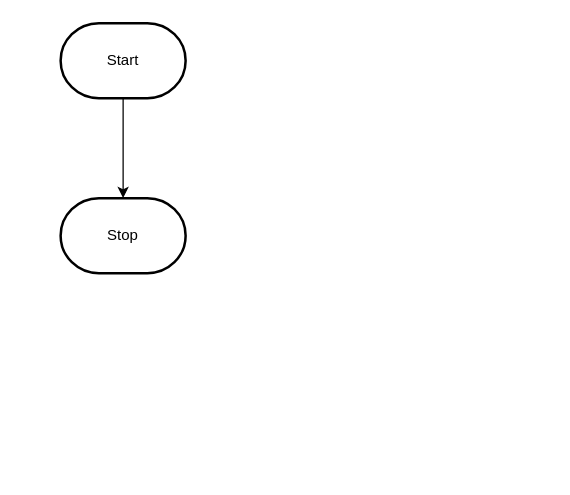
Before: design/flowchart.drawio in MTHS-ICD2O-1-2023/ICD2O-Unit-3-04-jinyuzhe-calista-e, a draw.io diagram. Source tidied: cells renumbered, new cells numbered last; positions are measured from the earlier drawing's top-left corner, leaving out a move shared by most shapes. Both pictures are drawn from the tidied source at 125%, with x=0, y=0 at pixel (60, 22).
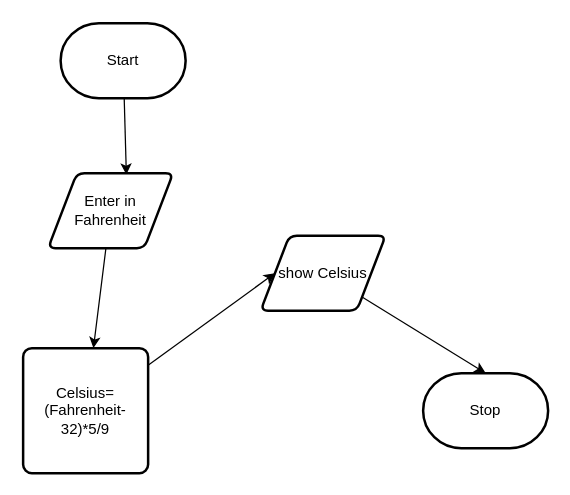
The same diagram, later.

Diff of the diagram source:
```diff
@@
 <mxGraphModel>
   <root>
     <mxCell id="0" />
     <mxCell id="1" parent="0" />
-    <mxCell id="2" style="edgeStyle=orthogonalEdgeStyle;html=1;rounded=0;" parent="1" edge="1" source="3" target="4">
-      <mxGeometry relative="1" as="geometry" />
-    </mxCell>
+    <mxCell id="5" style="edgeStyle=none;html=1;entryX=0.626;entryY=0.02;entryDx=0;entryDy=0;entryPerimeter=0;" parent="1" edge="1" source="3" target="7">
+      <mxGeometry relative="1" as="geometry" />
+    </mxCell>
     <mxCell id="3" value="Start" style="strokeWidth=2;html=1;shape=mxgraph.flowchart.terminator;whiteSpace=wrap;" parent="1" vertex="1">
       <mxGeometry width="100" height="60" as="geometry" />
     </mxCell>
     <mxCell id="4" value="Stop" style="strokeWidth=2;html=1;shape=mxgraph.flowchart.terminator;whiteSpace=wrap;" parent="1" vertex="1">
-      <mxGeometry y="140" width="100" height="60" as="geometry" />
+      <mxGeometry x="290" y="280" width="100" height="60" as="geometry" />
     </mxCell>
+    <mxCell id="6" style="edgeStyle=none;html=1;" parent="1" edge="1" source="7" target="9">
+      <mxGeometry relative="1" as="geometry" />
+    </mxCell>
+    <mxCell id="7" value="Enter in Fahrenheit" style="shape=parallelogram;html=1;strokeWidth=2;perimeter=parallelogramPerimeter;whiteSpace=wrap;rounded=1;arcSize=12;size=0.23;" parent="1" vertex="1">
+      <mxGeometry x="-10" y="120" width="100" height="60" as="geometry" />
+    </mxCell>
+    <mxCell id="8" style="edgeStyle=none;html=1;entryX=0;entryY=0.5;entryDx=0;entryDy=0;" parent="1" edge="1" source="9" target="11">
+      <mxGeometry relative="1" as="geometry" />
+    </mxCell>
+    <mxCell id="9" value="Celsius=(Fahrenheit-32)*5/9" style="rounded=1;whiteSpace=wrap;html=1;absoluteArcSize=1;arcSize=14;strokeWidth=2;" parent="1" vertex="1">
+      <mxGeometry x="-30" y="260" width="100" height="100" as="geometry" />
+    </mxCell>
+    <mxCell id="10" style="edgeStyle=none;html=1;entryX=0.5;entryY=0;entryDx=0;entryDy=0;entryPerimeter=0;" parent="1" edge="1" source="11" target="4">
+      <mxGeometry relative="1" as="geometry" />
+    </mxCell>
+    <mxCell id="11" value="show Celsius" style="shape=parallelogram;html=1;strokeWidth=2;perimeter=parallelogramPerimeter;whiteSpace=wrap;rounded=1;arcSize=12;size=0.23;" parent="1" vertex="1">
+      <mxGeometry x="160" y="170" width="100" height="60" as="geometry" />
+    </mxCell>
   </root>
 </mxGraphModel>
```
